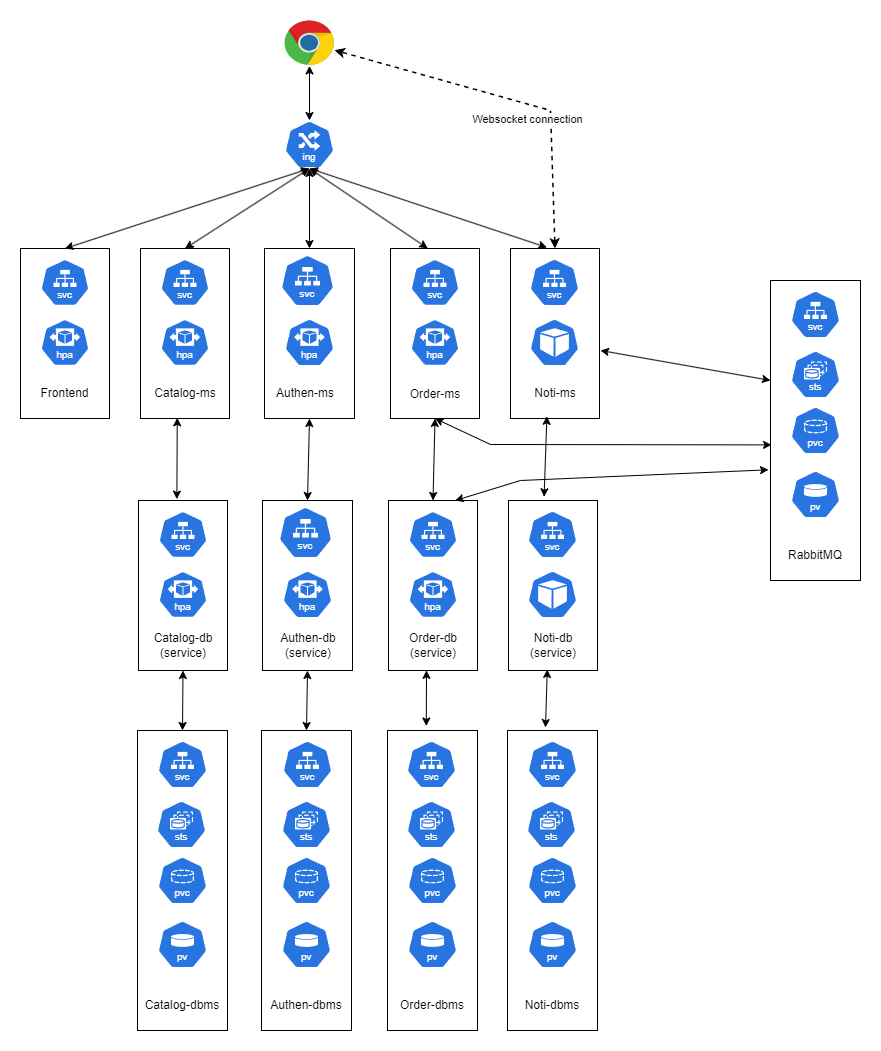
The draw.io diagram images/hanh/DATN_architecture.png in LittleLegend-Pengiun/Thesis-ecommerce-k8s, before a commit. Source tidied: cells renumbered, new cells last; positions are measured from the earlier drawing's top-left corner, leaving out a move shared by most shapes.
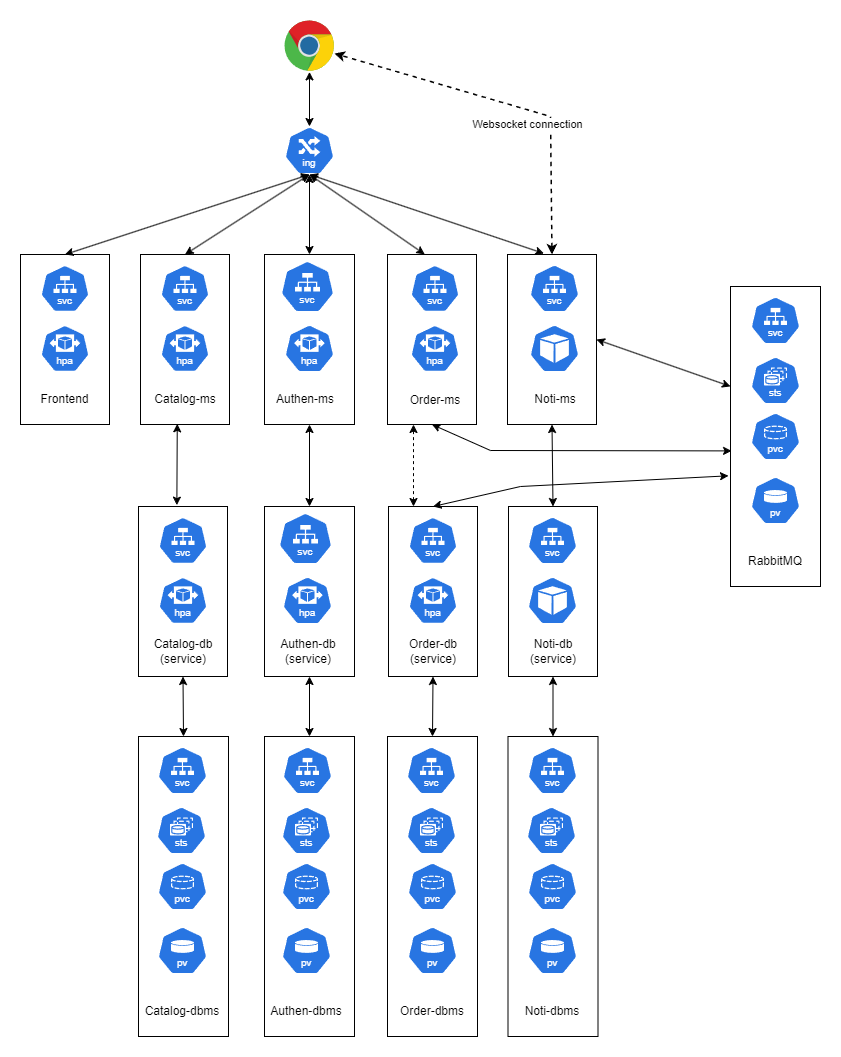
After the commit.

The edit, as a diff of the source:
```diff
@@ -3,7 +3,7 @@
     <mxCell id="0" />
     <mxCell id="1" parent="0" />
     <mxCell id="2" style="dashed=0;outlineConnect=0;html=1;align=center;labelPosition=center;verticalLabelPosition=bottom;verticalAlign=top;shape=mxgraph.weblogos.chrome;" parent="1" vertex="1">
-      <mxGeometry x="264" width="50" height="45.4" as="geometry" />
+      <mxGeometry x="264" y="-6" width="50" height="51.4" as="geometry" />
     </mxCell>
     <mxCell id="3" style="sketch=0;html=1;dashed=0;whitespace=wrap;fillColor=#2875E2;strokeColor=#ffffff;points=[[0.005,0.63,0],[0.1,0.2,0],[0.9,0.2,0],[0.5,0,0],[0.995,0.63,0],[0.72,0.99,0],[0.5,1,0],[0.28,0.99,0]];shape=mxgraph.kubernetes.icon2;kubernetesLabel=1;prIcon=ing;" parent="1" vertex="1">
       <mxGeometry x="264" y="100" width="50" height="48" as="geometry" />
@@ -33,7 +33,7 @@
       <mxGeometry x="240" y="358" width="90" height="30" as="geometry" />
     </mxCell>
     <mxCell id="12" style="rounded=0;whiteSpace=wrap;html=1;" parent="1" vertex="1">
-      <mxGeometry x="370" y="228" width="89" height="170" as="geometry" />
+      <mxGeometry x="367" y="228" width="89" height="170" as="geometry" />
     </mxCell>
     <mxCell id="13" style="sketch=0;html=1;dashed=0;whitespace=wrap;fillColor=#2875E2;strokeColor=#ffffff;shape=mxgraph.kubernetes.icon2;kubernetesLabel=1;prIcon=svc;" parent="1" vertex="1">
       <mxGeometry x="390" y="238" width="49" height="48" as="geometry" />
@@ -45,7 +45,7 @@
       <mxGeometry x="370" y="358" width="90" height="32" as="geometry" />
     </mxCell>
     <mxCell id="16" style="rounded=0;whiteSpace=wrap;html=1;" parent="1" vertex="1">
-      <mxGeometry x="490" y="228" width="89" height="170" as="geometry" />
+      <mxGeometry x="487" y="228" width="89" height="170" as="geometry" />
     </mxCell>
     <mxCell id="17" value="Noti-ms" style="text;html=1;align=center;verticalAlign=middle;whiteSpace=wrap;rounded=0;" parent="1" vertex="1">
       <mxGeometry x="490" y="358" width="90" height="30" as="geometry" />
@@ -66,7 +66,7 @@
       <mxGeometry x="509" y="298" width="50" height="48" as="geometry" />
     </mxCell>
     <mxCell id="23" style="rounded=0;whiteSpace=wrap;html=1;" parent="1" vertex="1">
-      <mxGeometry x="242" y="480" width="90" height="170" as="geometry" />
+      <mxGeometry x="244" y="480" width="90" height="170" as="geometry" />
     </mxCell>
     <mxCell id="24" style="sketch=0;html=1;dashed=0;whitespace=wrap;fillColor=#2875E2;strokeColor=#ffffff;shape=mxgraph.kubernetes.icon2;kubernetesLabel=1;prIcon=svc;" parent="1" vertex="1">
       <mxGeometry x="258" y="486.2" width="54" height="51.8" as="geometry" />
@@ -111,7 +111,7 @@
       <mxGeometry x="507" y="550" width="50" height="48" as="geometry" />
     </mxCell>
     <mxCell id="38" style="rounded=0;whiteSpace=wrap;html=1;" parent="1" vertex="1">
-      <mxGeometry x="117" y="710" width="90" height="300" as="geometry" />
+      <mxGeometry x="118" y="710" width="90" height="300" as="geometry" />
     </mxCell>
     <mxCell id="39" style="sketch=0;html=1;dashed=0;whitespace=wrap;fillColor=#2875E2;strokeColor=#ffffff;shape=mxgraph.kubernetes.icon2;kubernetesLabel=1;prIcon=pv;" parent="1" vertex="1">
       <mxGeometry x="137" y="900" width="50" height="48" as="geometry" />
@@ -123,7 +123,7 @@
       <mxGeometry x="117" y="970" width="90" height="30" as="geometry" />
     </mxCell>
     <mxCell id="42" style="rounded=0;whiteSpace=wrap;html=1;" parent="1" vertex="1">
-      <mxGeometry x="241" y="710" width="90" height="300" as="geometry" />
+      <mxGeometry x="244" y="710" width="90" height="300" as="geometry" />
     </mxCell>
     <mxCell id="43" style="sketch=0;html=1;dashed=0;whitespace=wrap;fillColor=#2875E2;strokeColor=#ffffff;shape=mxgraph.kubernetes.icon2;kubernetesLabel=1;prIcon=pv;" parent="1" vertex="1">
       <mxGeometry x="261" y="900" width="50" height="48" as="geometry" />
@@ -147,7 +147,7 @@
       <mxGeometry x="367" y="970" width="90" height="30" as="geometry" />
     </mxCell>
     <mxCell id="50" style="rounded=0;whiteSpace=wrap;html=1;" parent="1" vertex="1">
-      <mxGeometry x="487" y="710" width="90" height="300" as="geometry" />
+      <mxGeometry x="487.5" y="710" width="90" height="300" as="geometry" />
     </mxCell>
     <mxCell id="51" style="sketch=0;html=1;dashed=0;whitespace=wrap;fillColor=#2875E2;strokeColor=#ffffff;shape=mxgraph.kubernetes.icon2;kubernetesLabel=1;prIcon=pv;" parent="1" vertex="1">
       <mxGeometry x="507" y="900" width="50" height="48" as="geometry" />
@@ -164,23 +164,23 @@
     <mxCell id="55" style="endArrow=classic;startArrow=classic;html=1;rounded=0;exitX=0.5;exitY=0;exitDx=0;exitDy=0;entryX=0.5;entryY=1;entryDx=0;entryDy=0;" parent="1" edge="1" source="42" target="23">
       <mxGeometry relative="1" as="geometry" />
     </mxCell>
-    <mxCell id="56" style="endArrow=classic;startArrow=classic;html=1;rounded=0;exitX=0.431;exitY=-0.015;exitDx=0;exitDy=0;exitPerimeter=0;entryX=0.427;entryY=0.999;entryDx=0;entryDy=0;entryPerimeter=0;" parent="1" edge="1" source="46" target="27">
+    <mxCell id="56" style="endArrow=classic;startArrow=classic;html=1;rounded=0;exitX=0.5;exitY=0;exitDx=0;exitDy=0;entryX=0.5;entryY=1;entryDx=0;entryDy=0;" parent="1" edge="1" source="46" target="27">
       <mxGeometry relative="1" as="geometry" />
     </mxCell>
-    <mxCell id="57" style="endArrow=classic;startArrow=classic;html=1;rounded=0;exitX=0.422;exitY=-0.01;exitDx=0;exitDy=0;exitPerimeter=0;entryX=0.436;entryY=0.994;entryDx=0;entryDy=0;entryPerimeter=0;" parent="1" edge="1" source="50" target="31">
+    <mxCell id="57" style="endArrow=classic;startArrow=classic;html=1;rounded=0;exitX=0.5;exitY=0;exitDx=0;exitDy=0;entryX=0.5;entryY=1;entryDx=0;entryDy=0;" parent="1" edge="1" source="50" target="31">
       <mxGeometry relative="1" as="geometry" />
     </mxCell>
     <mxCell id="58" style="rounded=0;whiteSpace=wrap;html=1;" parent="1" vertex="1">
-      <mxGeometry x="750" y="260" width="90" height="300" as="geometry" />
+      <mxGeometry x="710" y="260" width="90" height="300" as="geometry" />
     </mxCell>
     <mxCell id="59" style="sketch=0;html=1;dashed=0;whitespace=wrap;fillColor=#2875E2;strokeColor=#ffffff;shape=mxgraph.kubernetes.icon2;kubernetesLabel=1;prIcon=pv;" parent="1" vertex="1">
-      <mxGeometry x="770" y="450" width="50" height="48" as="geometry" />
+      <mxGeometry x="730" y="450" width="50" height="48" as="geometry" />
     </mxCell>
     <mxCell id="60" style="sketch=0;html=1;dashed=0;whitespace=wrap;fillColor=#2875E2;strokeColor=#ffffff;shape=mxgraph.kubernetes.icon2;kubernetesLabel=1;prIcon=pvc;" parent="1" vertex="1">
-      <mxGeometry x="770" y="386" width="50" height="48" as="geometry" />
+      <mxGeometry x="730" y="386" width="50" height="48" as="geometry" />
     </mxCell>
     <mxCell id="61" value="RabbitMQ" style="text;html=1;align=center;verticalAlign=middle;whiteSpace=wrap;rounded=0;" parent="1" vertex="1">
-      <mxGeometry x="750" y="520" width="90" height="30" as="geometry" />
+      <mxGeometry x="710" y="520" width="90" height="30" as="geometry" />
     </mxCell>
     <mxCell id="62" style="endArrow=classic;startArrow=classic;html=1;rounded=0;exitX=0.5;exitY=0;exitDx=0;exitDy=0;entryX=0.5;entryY=1;entryDx=0;entryDy=0;entryPerimeter=0;" parent="1" edge="1" source="4" target="3">
       <mxGeometry relative="1" as="geometry" />
@@ -206,16 +206,11 @@
     <mxCell id="69" style="endArrow=classic;startArrow=classic;html=1;rounded=0;exitX=0.5;exitY=0;exitDx=0;exitDy=0;entryX=0.5;entryY=1;entryDx=0;entryDy=0;" parent="1" edge="1" source="23" target="8">
       <mxGeometry relative="1" as="geometry" />
     </mxCell>
-    <mxCell id="70" style="endArrow=classic;startArrow=classic;html=1;rounded=0;exitX=0.5;exitY=0;exitDx=0;exitDy=0;entryX=0.5;entryY=1;entryDx=0;entryDy=0;" parent="1" edge="1" source="27" target="12">
-      <mxGeometry relative="1" as="geometry" />
-    </mxCell>
-    <mxCell id="71" style="endArrow=classic;startArrow=classic;html=1;rounded=0;exitX=0.4;exitY=-0.022;exitDx=0;exitDy=0;exitPerimeter=0;entryX=0.409;entryY=0.987;entryDx=0;entryDy=0;entryPerimeter=0;" parent="1" edge="1" source="31" target="16">
+    <mxCell id="71" style="endArrow=classic;startArrow=classic;html=1;rounded=0;exitX=0.5;exitY=0;exitDx=0;exitDy=0;entryX=0.5;entryY=1;entryDx=0;entryDy=0;" parent="1" edge="1" source="31" target="16">
       <mxGeometry relative="1" as="geometry" />
     </mxCell>
-    <mxCell id="72" style="endArrow=classic;startArrow=classic;html=1;rounded=0;exitX=0;exitY=0.333;exitDx=0;exitDy=0;exitPerimeter=0;" parent="1" edge="1" source="58">
-      <mxGeometry relative="1" as="geometry">
-        <mxPoint x="580" y="330" as="targetPoint" />
-      </mxGeometry>
+    <mxCell id="72" style="endArrow=classic;startArrow=classic;html=1;rounded=0;exitX=0;exitY=0.333;exitDx=0;exitDy=0;exitPerimeter=0;entryX=1;entryY=0.5;entryDx=0;entryDy=0;" parent="1" edge="1" source="58" target="16">
+      <mxGeometry relative="1" as="geometry" />
     </mxCell>
     <mxCell id="73" style="sketch=0;html=1;dashed=0;whitespace=wrap;fillColor=#2875E2;strokeColor=#ffffff;shape=mxgraph.kubernetes.icon2;kubernetesLabel=1;prIcon=sts;" parent="1" vertex="1">
       <mxGeometry x="136" y="780" width="50" height="48" as="geometry" />
@@ -249,7 +244,7 @@
       </mxGeometry>
     </mxCell>
     <mxCell id="80" style="sketch=0;html=1;dashed=0;whitespace=wrap;fillColor=#2875E2;strokeColor=#ffffff;shape=mxgraph.kubernetes.icon2;kubernetesLabel=1;prIcon=sts;" parent="1" vertex="1">
-      <mxGeometry x="770" y="330" width="50" height="48" as="geometry" />
+      <mxGeometry x="730" y="330" width="50" height="48" as="geometry" />
     </mxCell>
     <mxCell id="81" style="sketch=0;html=1;dashed=0;whitespace=wrap;fillColor=#2875E2;strokeColor=#ffffff;shape=mxgraph.kubernetes.icon2;kubernetesLabel=1;prIcon=svc;" parent="1" vertex="1">
       <mxGeometry x="509" y="238" width="50" height="48" as="geometry" />
@@ -270,14 +265,20 @@
       <mxGeometry x="507" y="720" width="50" height="48" as="geometry" />
     </mxCell>
     <mxCell id="87" style="sketch=0;html=1;dashed=0;whitespace=wrap;fillColor=#2875E2;strokeColor=#ffffff;shape=mxgraph.kubernetes.icon2;kubernetesLabel=1;prIcon=svc;" parent="1" vertex="1">
-      <mxGeometry x="770" y="270" width="50" height="48" as="geometry" />
+      <mxGeometry x="730" y="270" width="50" height="48" as="geometry" />
     </mxCell>
-    <mxCell id="88" style="endArrow=classic;startArrow=classic;html=1;rounded=0;entryX=-0.022;entryY=0.631;entryDx=0;entryDy=0;entryPerimeter=0;exitX=0.75;exitY=0;exitDx=0;exitDy=0;" parent="1" edge="1" source="27" target="58">
+    <mxCell id="88" style="endArrow=classic;startArrow=classic;html=1;rounded=0;entryX=-0.022;entryY=0.631;entryDx=0;entryDy=0;entryPerimeter=0;exitX=0.5;exitY=0;exitDx=0;exitDy=0;" parent="1" edge="1" source="27" target="58">
       <mxGeometry relative="1" as="geometry">
         <Array as="points">
           <mxPoint x="500" y="460" />
         </Array>
       </mxGeometry>
     </mxCell>
+    <mxCell id="89" style="endArrow=classic;startArrow=classic;html=1;rounded=0;exitX=0.5;exitY=0;exitDx=0;exitDy=0;entryX=0.5;entryY=1;entryDx=0;entryDy=0;dashed=1;" parent="1" edge="1">
+      <mxGeometry relative="1" as="geometry">
+        <mxPoint x="393" y="480" as="sourcePoint" />
+        <mxPoint x="393" y="398" as="targetPoint" />
+      </mxGeometry>
+    </mxCell>
   </root>
 </mxGraphModel>
```
